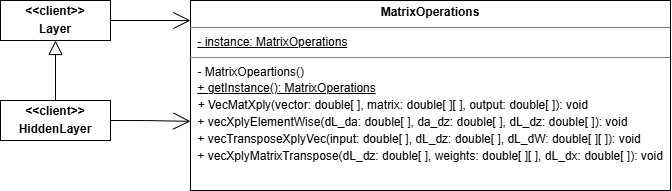
Earlier version of the draw.io export img/singleton.drawio.png (ZainabMobin/SDA_patterns_Mnist_neuralNetwork). Source tidied: cells renumbered, new cells last; positions are measured from the earlier drawing's top-left corner, leaving out a move shared by most shapes.
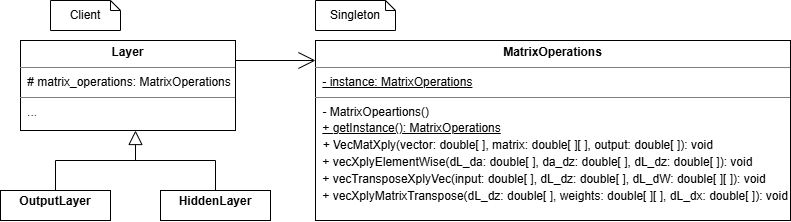
Above is the later version.

Diff of the diagram source:
```diff
@@ -3,24 +3,45 @@
     <mxCell id="0" />
     <mxCell id="1" parent="0" />
     <mxCell id="2" value="&lt;div style=&quot;line-height: 140%;&quot;&gt;&lt;p style=&quot;margin:0px;margin-top:4px;text-align:center;&quot;&gt;&lt;b&gt;MatrixOperations&lt;/b&gt;&lt;/p&gt;&lt;hr size=&quot;1&quot; style=&quot;border-style:solid;&quot;&gt;&lt;p style=&quot;margin:0px;margin-left:4px;&quot;&gt;&amp;nbsp;&lt;u&gt;- instance: MatrixOperations&lt;/u&gt;&lt;/p&gt;&lt;hr size=&quot;1&quot; style=&quot;border-style:solid;&quot;&gt;&lt;p style=&quot;margin:0px;margin-left:4px;&quot;&gt;&lt;i&gt;&amp;nbsp;- &lt;/i&gt;MatrixOpeartions()&lt;/p&gt;&lt;p style=&quot;margin:0px;margin-left:4px;&quot;&gt;&amp;nbsp;&lt;u&gt;+ getInstance(): MatrixOperations&lt;/u&gt;&lt;/p&gt;&lt;p style=&quot;margin:0px;margin-left:4px;&quot;&gt;&lt;i&gt;&amp;nbsp;+&amp;nbsp;&lt;/i&gt;&lt;span style=&quot;background-color: transparent;&quot;&gt;VecMatXply(vector:&amp;nbsp;&lt;/span&gt;&lt;span style=&quot;background-color: transparent; color: light-dark(rgb(0, 0, 0), rgb(255, 255, 255));&quot;&gt;double[ ]&lt;/span&gt;&lt;span style=&quot;background-color: transparent; color: light-dark(rgb(0, 0, 0), rgb(255, 255, 255));&quot;&gt;, matrix:&amp;nbsp;&lt;/span&gt;&lt;span style=&quot;background-color: transparent; color: light-dark(rgb(0, 0, 0), rgb(255, 255, 255));&quot;&gt;double[ ][ ]&lt;/span&gt;&lt;span style=&quot;background-color: transparent; color: light-dark(rgb(0, 0, 0), rgb(255, 255, 255));&quot;&gt;, output:&amp;nbsp;&lt;/span&gt;&lt;span style=&quot;background-color: transparent; color: light-dark(rgb(0, 0, 0), rgb(255, 255, 255));&quot;&gt;double[ ]&lt;/span&gt;&lt;span style=&quot;background-color: transparent; color: light-dark(rgb(0, 0, 0), rgb(255, 255, 255));&quot;&gt;): void&lt;/span&gt;&lt;/p&gt;&lt;p style=&quot;margin:0px;margin-left:4px;&quot;&gt;&lt;span style=&quot;background-color: transparent; color: light-dark(rgb(0, 0, 0), rgb(255, 255, 255));&quot;&gt;&amp;nbsp;+&amp;nbsp;&lt;/span&gt;&lt;span style=&quot;background-color: transparent;&quot;&gt;vecXplyElementWise(dL_da:&amp;nbsp;&lt;/span&gt;&lt;span style=&quot;background-color: transparent; color: light-dark(rgb(0, 0, 0), rgb(255, 255, 255));&quot;&gt;double[ ]&lt;/span&gt;&lt;span style=&quot;background-color: transparent; color: light-dark(rgb(0, 0, 0), rgb(255, 255, 255));&quot;&gt;, da_dz:&amp;nbsp;&lt;/span&gt;&lt;span style=&quot;background-color: transparent; color: light-dark(rgb(0, 0, 0), rgb(255, 255, 255));&quot;&gt;double[ ]&lt;/span&gt;&lt;span style=&quot;background-color: transparent; color: light-dark(rgb(0, 0, 0), rgb(255, 255, 255));&quot;&gt;, dL_dz:&amp;nbsp;&lt;/span&gt;&lt;span style=&quot;background-color: transparent; color: light-dark(rgb(0, 0, 0), rgb(255, 255, 255));&quot;&gt;double[ ]&lt;/span&gt;&lt;span style=&quot;background-color: transparent; color: light-dark(rgb(0, 0, 0), rgb(255, 255, 255));&quot;&gt;): void&lt;/span&gt;&lt;/p&gt;&lt;p style=&quot;margin:0px;margin-left:4px;&quot;&gt;&lt;span style=&quot;background-color: transparent;&quot;&gt;&amp;nbsp;+ vecTransposeXplyVec(input:&amp;nbsp;&lt;/span&gt;&lt;span style=&quot;background-color: transparent; color: light-dark(rgb(0, 0, 0), rgb(255, 255, 255));&quot;&gt;double[ ]&lt;/span&gt;&lt;span style=&quot;background-color: transparent; color: light-dark(rgb(0, 0, 0), rgb(255, 255, 255));&quot;&gt;, dL_dz:&amp;nbsp;&lt;/span&gt;&lt;span style=&quot;background-color: transparent; color: light-dark(rgb(0, 0, 0), rgb(255, 255, 255));&quot;&gt;double[ ]&lt;/span&gt;&lt;span style=&quot;background-color: transparent; color: light-dark(rgb(0, 0, 0), rgb(255, 255, 255));&quot;&gt;, dL_dW:&amp;nbsp;&lt;/span&gt;&lt;span style=&quot;background-color: transparent; color: light-dark(rgb(0, 0, 0), rgb(255, 255, 255));&quot;&gt;double[ ][ ]&lt;/span&gt;&lt;span style=&quot;background-color: transparent; color: light-dark(rgb(0, 0, 0), rgb(255, 255, 255));&quot;&gt;): void&lt;/span&gt;&lt;/p&gt;&lt;p style=&quot;margin:0px;margin-left:4px;&quot;&gt;&lt;span style=&quot;background-color: transparent; color: light-dark(rgb(0, 0, 0), rgb(255, 255, 255));&quot;&gt;&amp;nbsp;+&amp;nbsp;&lt;/span&gt;&lt;span style=&quot;background-color: transparent;&quot;&gt;vecXplyMatrixTranspose(dL_dz:&amp;nbsp;&lt;/span&gt;&lt;span style=&quot;background-color: transparent; color: light-dark(rgb(0, 0, 0), rgb(255, 255, 255));&quot;&gt;double[ ]&lt;/span&gt;&lt;span style=&quot;background-color: transparent; color: light-dark(rgb(0, 0, 0), rgb(255, 255, 255));&quot;&gt;, weights:&amp;nbsp;&lt;/span&gt;&lt;span style=&quot;background-color: transparent; color: light-dark(rgb(0, 0, 0), rgb(255, 255, 255));&quot;&gt;double[ ][ ]&lt;/span&gt;&lt;span style=&quot;background-color: transparent; color: light-dark(rgb(0, 0, 0), rgb(255, 255, 255));&quot;&gt;, dL_dx:&amp;nbsp;&lt;/span&gt;&lt;span style=&quot;background-color: transparent; color: light-dark(rgb(0, 0, 0), rgb(255, 255, 255));&quot;&gt;double[ ]&lt;/span&gt;&lt;span style=&quot;background-color: transparent; color: light-dark(rgb(0, 0, 0), rgb(255, 255, 255));&quot;&gt;): void&lt;/span&gt;&lt;/p&gt;&lt;/div&gt;" style="verticalAlign=top;align=left;overflow=fill;html=1;whiteSpace=wrap;" parent="1" vertex="1">
-      <mxGeometry x="190" width="480" height="190" as="geometry" />
+      <mxGeometry x="205" y="40" width="475" height="180" as="geometry" />
     </mxCell>
-    <mxCell id="3" value="&lt;p style=&quot;margin:0px;margin-top:4px;text-align:center;&quot;&gt;&lt;b&gt;&amp;lt;&amp;lt;client&amp;gt;&amp;gt;&lt;/b&gt;&lt;/p&gt;&lt;p style=&quot;margin:0px;margin-top:4px;text-align:center;&quot;&gt;&lt;b&gt;Layer&lt;/b&gt;&lt;/p&gt;" style="verticalAlign=top;align=left;overflow=fill;html=1;whiteSpace=wrap;" parent="1" vertex="1">
-      <mxGeometry width="110" height="40" as="geometry" />
+    <mxCell id="3" style="edgeStyle=orthogonalEdgeStyle;rounded=0;orthogonalLoop=1;jettySize=auto;html=1;endArrow=open;endFill=0;endSize=15;" parent="1" edge="1">
+      <mxGeometry relative="1" as="geometry">
+        <mxPoint x="125" y="60" as="sourcePoint" />
+        <mxPoint x="205" y="60" as="targetPoint" />
+      </mxGeometry>
     </mxCell>
-    <mxCell id="4" style="edgeStyle=orthogonalEdgeStyle;rounded=0;jettySize=auto;html=1;endArrow=open;endFill=0;endSize=15;" parent="1" edge="1" source="3">
+    <mxCell id="4" style="edgeStyle=orthogonalEdgeStyle;rounded=0;jettySize=auto;html=1;entryX=0.5;entryY=1;entryDx=0;entryDy=0;endArrow=block;endFill=0;endSize=12;exitX=0.5;exitY=0;exitDx=0;exitDy=0;" parent="1" edge="1" source="5">
       <mxGeometry relative="1" as="geometry">
-        <mxPoint x="190" y="20" as="targetPoint" />
+        <mxPoint x="25" y="130" as="targetPoint" />
+        <Array as="points">
+          <mxPoint x="105" y="160" />
+          <mxPoint x="25" y="160" />
+        </Array>
       </mxGeometry>
     </mxCell>
-    <mxCell id="5" style="edgeStyle=orthogonalEdgeStyle;rounded=0;jettySize=auto;html=1;entryX=0.5;entryY=1;entryDx=0;entryDy=0;endArrow=block;endFill=0;endSize=12;" parent="1" edge="1" source="6" target="3">
-      <mxGeometry relative="1" as="geometry" />
+    <mxCell id="5" value="&lt;p style=&quot;margin:0px;margin-top:4px;text-align:center;&quot;&gt;&lt;b style=&quot;background-color: transparent; color: light-dark(rgb(0, 0, 0), rgb(255, 255, 255));&quot;&gt;HiddenLayer&lt;/b&gt;&lt;/p&gt;" style="verticalAlign=top;align=left;overflow=fill;html=1;whiteSpace=wrap;" parent="1" vertex="1">
+      <mxGeometry x="50" y="190" width="110" height="30" as="geometry" />
     </mxCell>
-    <mxCell id="6" value="&lt;p style=&quot;margin:0px;margin-top:4px;text-align:center;&quot;&gt;&lt;b&gt;&amp;lt;&amp;lt;client&amp;gt;&amp;gt;&lt;/b&gt;&lt;/p&gt;&lt;p style=&quot;margin:0px;margin-top:4px;text-align:center;&quot;&gt;&lt;b&gt;HiddenLayer&lt;/b&gt;&lt;/p&gt;" style="verticalAlign=top;align=left;overflow=fill;html=1;whiteSpace=wrap;" parent="1" vertex="1">
-      <mxGeometry y="100" width="110" height="40" as="geometry" />
+    <mxCell id="6" value="Client" style="shape=note;size=10;whiteSpace=wrap;html=1;" parent="1" vertex="1">
+      <mxGeometry x="-60" width="70" height="30" as="geometry" />
     </mxCell>
-    <mxCell id="7" style="edgeStyle=orthogonalEdgeStyle;rounded=0;jettySize=auto;html=1;exitX=1;exitY=0.5;exitDx=0;exitDy=0;entryX=0;entryY=0.636;entryDx=0;entryDy=0;entryPerimeter=0;endArrow=open;endFill=0;endSize=15;" parent="1" edge="1" source="6" target="2">
-      <mxGeometry relative="1" as="geometry" />
+    <mxCell id="7" value="Singleton" style="shape=note;size=10;whiteSpace=wrap;html=1;" parent="1" vertex="1">
+      <mxGeometry x="205" width="80" height="30" as="geometry" />
     </mxCell>
+    <mxCell id="8" value="&lt;div style=&quot;line-height: 140%;&quot;&gt;&lt;p style=&quot;margin:0px;margin-top:4px;text-align:center;&quot;&gt;&lt;b&gt;Layer&lt;/b&gt;&lt;/p&gt;&lt;hr size=&quot;1&quot; style=&quot;border-style:solid;&quot;&gt;&lt;p style=&quot;margin:0px;margin-left:4px;&quot;&gt;&amp;nbsp;#&amp;nbsp;matrix_operations: MatrixOperations&lt;/p&gt;&lt;hr size=&quot;1&quot; style=&quot;border-style:solid;&quot;&gt;&lt;p style=&quot;margin:0px;margin-left:4px;&quot;&gt;&lt;i&gt;&amp;nbsp;...&lt;br&gt;&lt;/i&gt;&lt;/p&gt;&lt;/div&gt;" style="verticalAlign=top;align=left;overflow=fill;html=1;whiteSpace=wrap;" parent="1" vertex="1">
+      <mxGeometry x="-90" y="40" width="215" height="90" as="geometry" />
+    </mxCell>
+    <mxCell id="9" style="edgeStyle=orthogonalEdgeStyle;rounded=0;jettySize=auto;html=1;exitX=0.5;exitY=0;exitDx=0;exitDy=0;endArrow=none;endFill=0;" parent="1" edge="1" source="10">
+      <mxGeometry relative="1" as="geometry">
+        <mxPoint x="30" y="160" as="targetPoint" />
+        <Array as="points">
+          <mxPoint x="-55" y="160" />
+        </Array>
+      </mxGeometry>
+    </mxCell>
+    <mxCell id="10" value="&lt;p style=&quot;margin:0px;margin-top:4px;text-align:center;&quot;&gt;&lt;b style=&quot;background-color: transparent; color: light-dark(rgb(0, 0, 0), rgb(255, 255, 255));&quot;&gt;OutputLayer&lt;/b&gt;&lt;/p&gt;" style="verticalAlign=top;align=left;overflow=fill;html=1;whiteSpace=wrap;" parent="1" vertex="1">
+      <mxGeometry x="-110" y="190" width="110" height="30" as="geometry" />
+    </mxCell>
   </root>
 </mxGraphModel>
```
